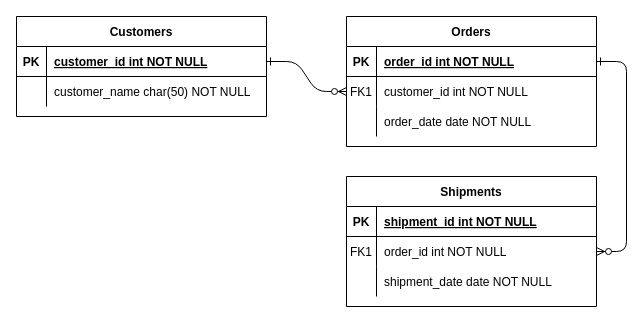
The draw.io diagram Diagrama sin título.drawio in RoseHerreraB/Diagrmas.draw.io, before the edit. Source tidied: cells renumbered, new cells numbered last; positions are measured from the earlier drawing's top-left corner, leaving out a move shared by most shapes. Both pictures are drawn from the tidied source at 100%, with x=0, y=0 at pixel (16, 16).
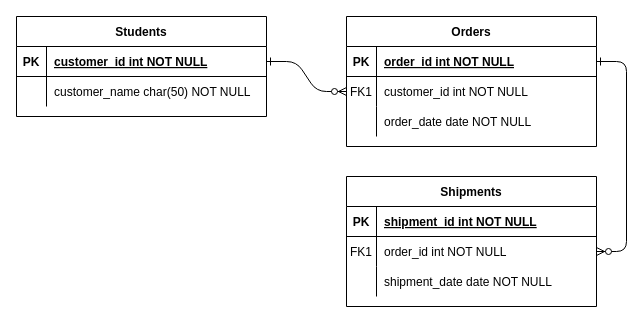
After the change.

Commit message:
Entidades_base_de_datos

The edit, as a diff of the source:
```diff
@@
-    <mxCell id="24" value="Customers" style="shape=table;startSize=30;childLayout=tableLayout;rowLines=0;fontStyle=1;align=center;" parent="1" vertex="1">
+    <mxCell id="24" value="Students" style="shape=table;startSize=30;childLayout=tableLayout;rowLines=0;fontStyle=1;align=center;" parent="1" vertex="1">
       <mxGeometry width="250" height="100" as="geometry" />
     </mxCell>
```
